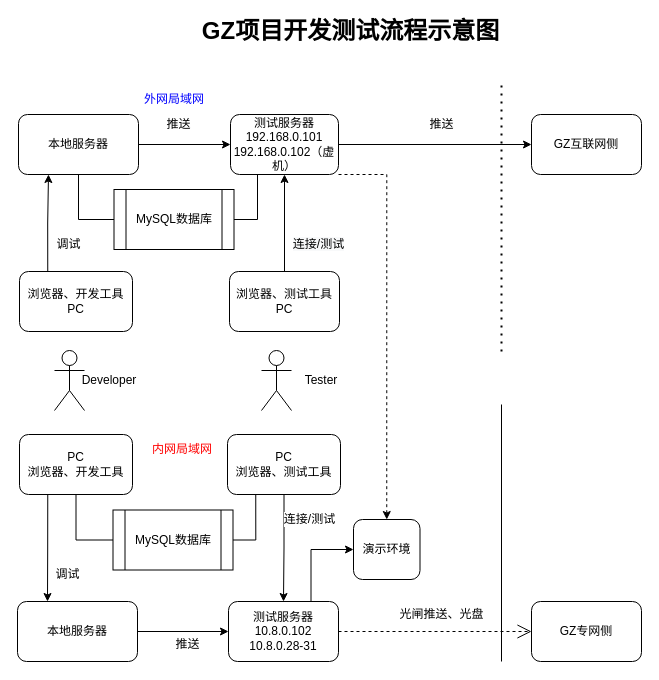
Above: test.drawio in fanch-luck/uiapps (draw.io), before the change. Source tidied: cells renumbered, new cells numbered last; positions are measured from the earlier drawing's top-left corner, leaving out a move shared by most shapes. Both pictures are drawn from the tidied source at 100%, with x=0, y=0 at pixel (17, 21).
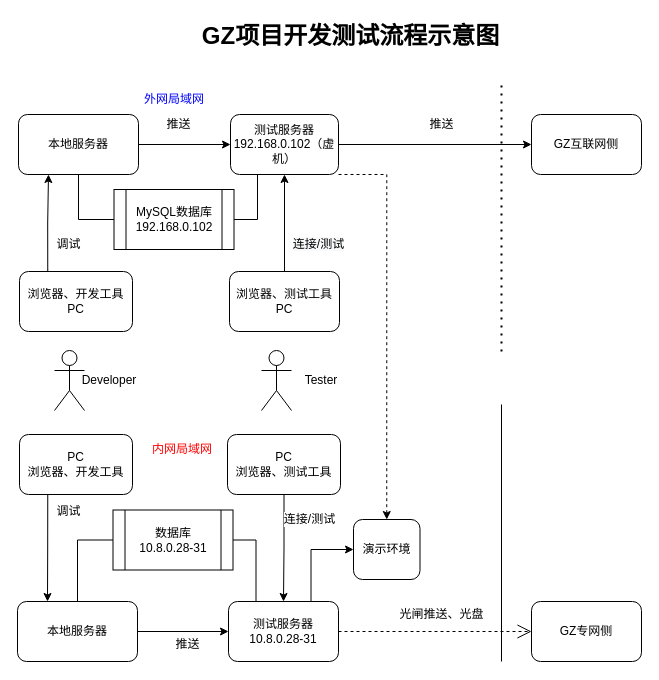
Above is the later version.

Unchanged cells that the change refers to:
```xml
<mxCell id="14" value="本地服务器" style="rounded=1;whiteSpace=wrap;html=1;" parent="1" vertex="1">
  <mxGeometry y="580" width="120" height="60" as="geometry" />
</mxCell>
<mxCell id="16" value="PC&lt;br&gt;浏览器、测试工具" style="rounded=1;whiteSpace=wrap;html=1;" parent="1" vertex="1">
  <mxGeometry x="210" y="413" width="113" height="60" as="geometry" />
</mxCell>
<mxCell id="31" value="PC&lt;br&gt;浏览器、开发工具" style="rounded=1;whiteSpace=wrap;html=1;" parent="1" vertex="1">
  <mxGeometry x="2" y="413" width="113" height="60" as="geometry" />
</mxCell>
```

The edit, as a diff of the source:
```diff
@@
-    <mxCell id="5" value="测试服务器&lt;br&gt;192.168.0.101&lt;br&gt;192.168.0.102（虚机）" style="rounded=1;whiteSpace=wrap;html=1;" parent="1" vertex="1">
+    <mxCell id="5" value="测试服务器&lt;br&gt;192.168.0.102（虚机）" style="rounded=1;whiteSpace=wrap;html=1;" parent="1" vertex="1">
       <mxGeometry x="213" y="93" width="108" height="60" as="geometry" />
     </mxCell>
@@
     <mxCell id="10" value="&lt;b&gt;&lt;font style=&quot;font-size: 24px&quot;&gt;GZ项目开发测试流程示意图&lt;/font&gt;&lt;/b&gt;" style="text;html=1;align=center;verticalAlign=middle;strokeColor=none;fillColor=none;" parent="1" vertex="1">
-      <mxGeometry x="178" width="310" height="20" as="geometry" />
+      <mxGeometry x="178" y="5" width="310" height="20" as="geometry" />
     </mxCell>
@@
-    <mxCell id="18" value="测试服务器&lt;br&gt;10.8.0.102&lt;br&gt;10.8.0.28-31" style="rounded=1;whiteSpace=wrap;html=1;" parent="1" vertex="1">
+    <mxCell id="18" value="测试服务器&lt;br&gt;10.8.0.28-31" style="rounded=1;whiteSpace=wrap;html=1;" parent="1" vertex="1">
       <mxGeometry x="211" y="580" width="110" height="60" as="geometry" />
     </mxCell>
@@
-    <mxCell id="24" value="MySQL数据库" style="shape=process;whiteSpace=wrap;html=1;backgroundOutline=1;" parent="1" vertex="1">
+    <mxCell id="24" value="MySQL数据库&lt;br&gt;192.168.0.102" style="shape=process;whiteSpace=wrap;html=1;backgroundOutline=1;" parent="1" vertex="1">
       <mxGeometry x="96.5" y="168" width="120" height="60" as="geometry" />
     </mxCell>
@@
     <mxCell id="30" value="调试" style="edgeStyle=orthogonalEdgeStyle;rounded=0;jettySize=auto;html=1;exitX=0.25;exitY=1;exitDx=0;exitDy=0;entryX=0.25;entryY=0;entryDx=0;entryDy=0;fontSize=12;fontColor=#000000;endArrow=classic;endFill=1;" parent="1" edge="1" source="31" target="14">
-      <mxGeometry x="0.5" y="20" relative="1" as="geometry" />
+      <mxGeometry x="-0.68" y="21" relative="1" as="geometry" />
     </mxCell>
@@
-    <mxCell id="32" value="MySQL数据库" style="shape=process;whiteSpace=wrap;html=1;backgroundOutline=1;" parent="1" vertex="1">
+    <mxCell id="32" value="数据库&lt;br&gt;10.8.0.28-31" style="shape=process;whiteSpace=wrap;html=1;backgroundOutline=1;" parent="1" vertex="1">
       <mxGeometry x="95.5" y="488.5" width="120" height="60" as="geometry" />
     </mxCell>
-    <mxCell id="33" style="edgeStyle=orthogonalEdgeStyle;rounded=0;jettySize=auto;html=1;exitX=0.5;exitY=1;exitDx=0;exitDy=0;entryX=0;entryY=0.5;entryDx=0;entryDy=0;fontSize=12;fontColor=#000000;endArrow=none;endFill=0;" parent="1" edge="1" source="31" target="32">
+    <mxCell id="33" style="edgeStyle=orthogonalEdgeStyle;rounded=0;jettySize=auto;html=1;exitX=0.5;exitY=0;exitDx=0;exitDy=0;entryX=0;entryY=0.5;entryDx=0;entryDy=0;fontSize=12;fontColor=#000000;endArrow=none;endFill=0;" parent="1" edge="1" source="14" target="32">
       <mxGeometry relative="1" as="geometry" />
     </mxCell>
-    <mxCell id="34" style="edgeStyle=orthogonalEdgeStyle;rounded=0;jettySize=auto;html=1;entryX=1;entryY=0.5;entryDx=0;entryDy=0;fontSize=12;fontColor=#000000;endArrow=none;endFill=0;exitX=0.25;exitY=1;exitDx=0;exitDy=0;" parent="1" edge="1" source="16" target="32">
+    <mxCell id="34" style="edgeStyle=orthogonalEdgeStyle;rounded=0;jettySize=auto;html=1;entryX=1;entryY=0.5;entryDx=0;entryDy=0;fontSize=12;fontColor=#000000;endArrow=none;endFill=0;exitX=0.25;exitY=0;exitDx=0;exitDy=0;" parent="1" edge="1" source="18" target="32">
       <mxGeometry relative="1" as="geometry" />
     </mxCell>
```
